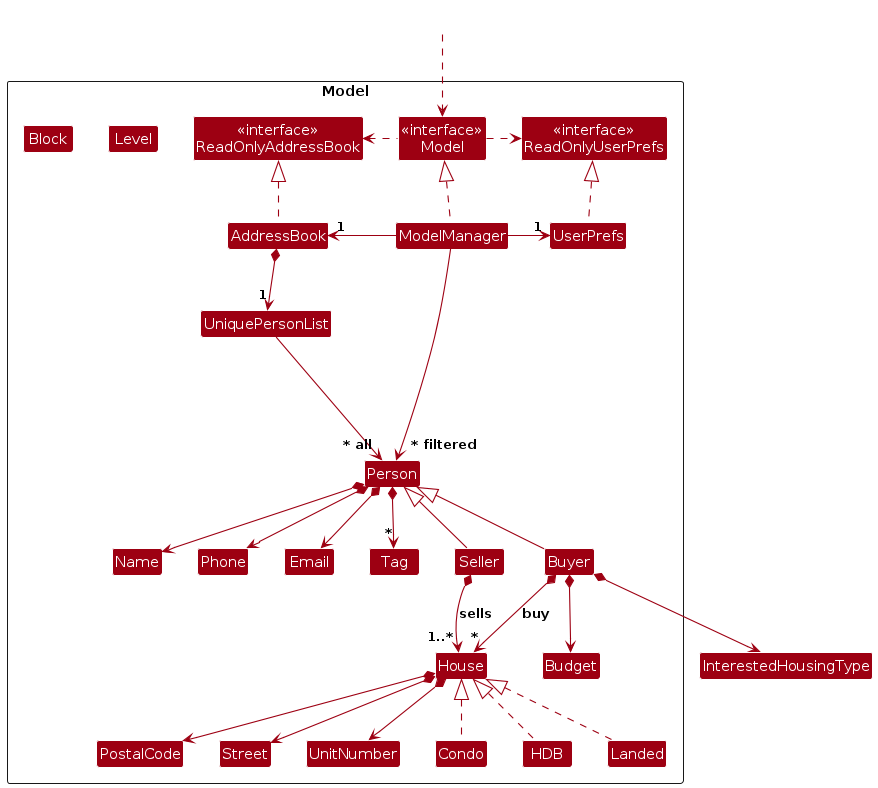
The PlantUML diagram diagrams/ModelClassDiagram.png in lokidoki102/tp, before a commit. Its source is kept beside it as diagrams/ModelClassDiagram.puml.
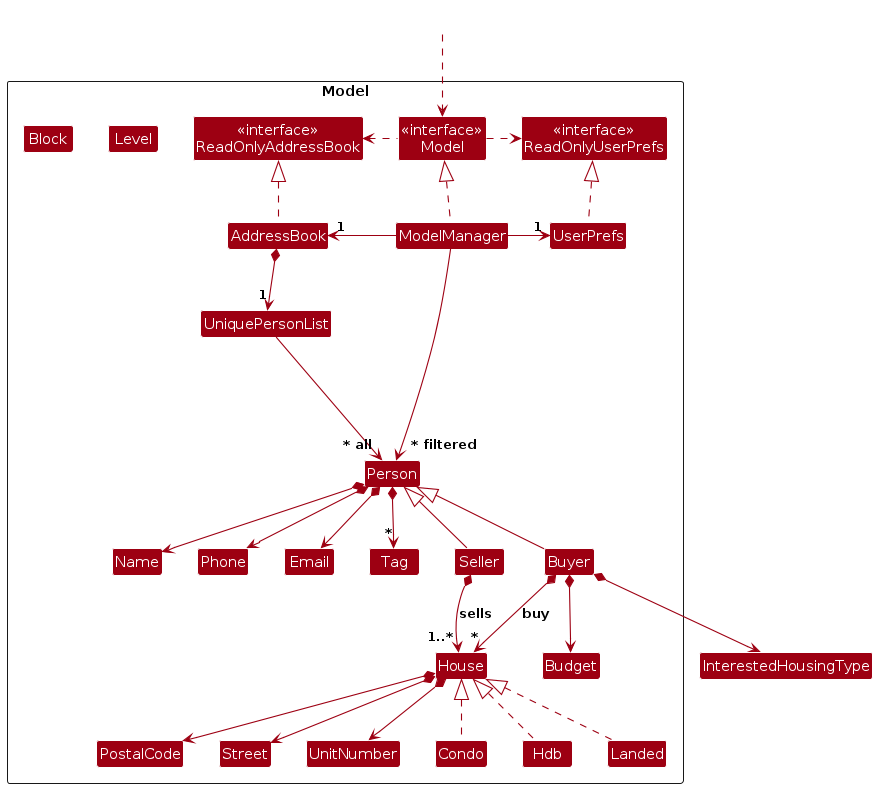
The same diagram one commit later.

The edit, as a diff of the source:
```diff
@@ -27,7 +27,7 @@
 Class Seller extends Person
 Class House
 Class Condo implements House
-Class HDB implements House
+Class Hdb implements House
 Class Landed implements House
 Class Budget
 
```
